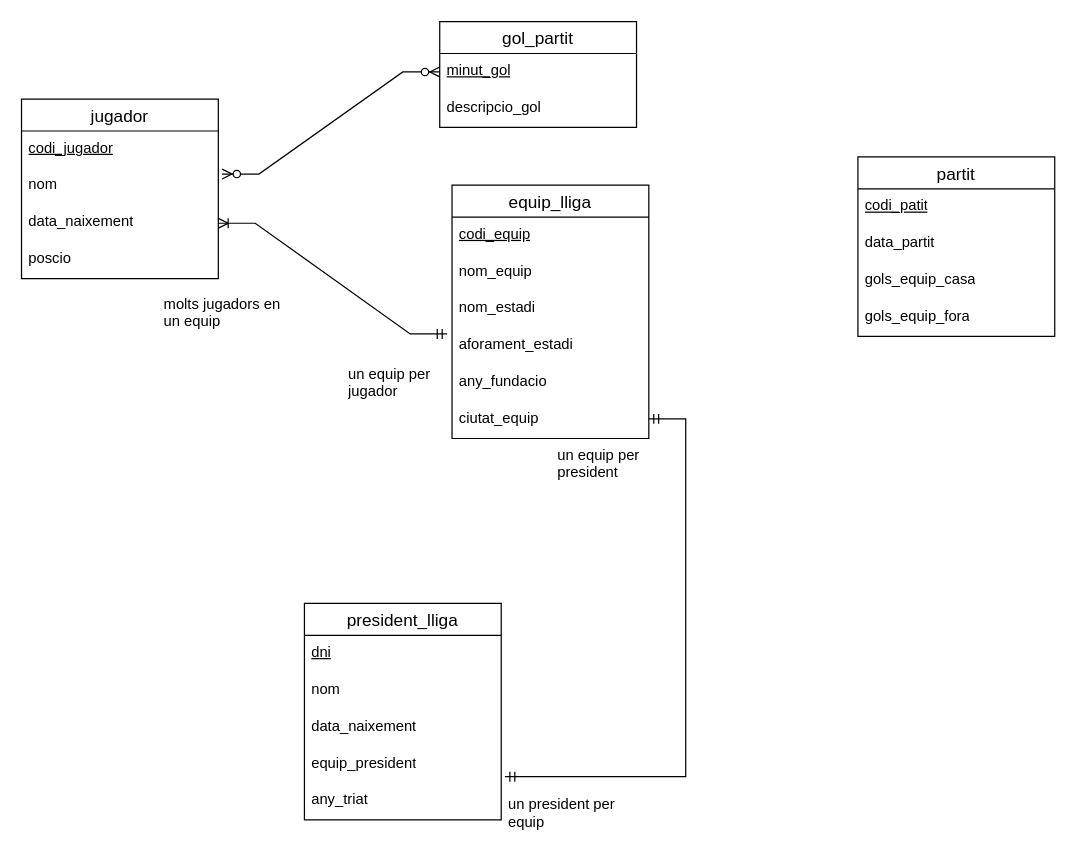
victor06-git/Progam_with_Victor keeps this draw.io diagram as practicas.drawio. Above is the earlier version. Source tidied: cells renumbered, new cells numbered last; positions are measured from the earlier drawing's top-left corner, leaving out a move shared by most shapes. Both pictures are drawn from the tidied source at 123%, with x=0, y=0 at pixel (21, 21).
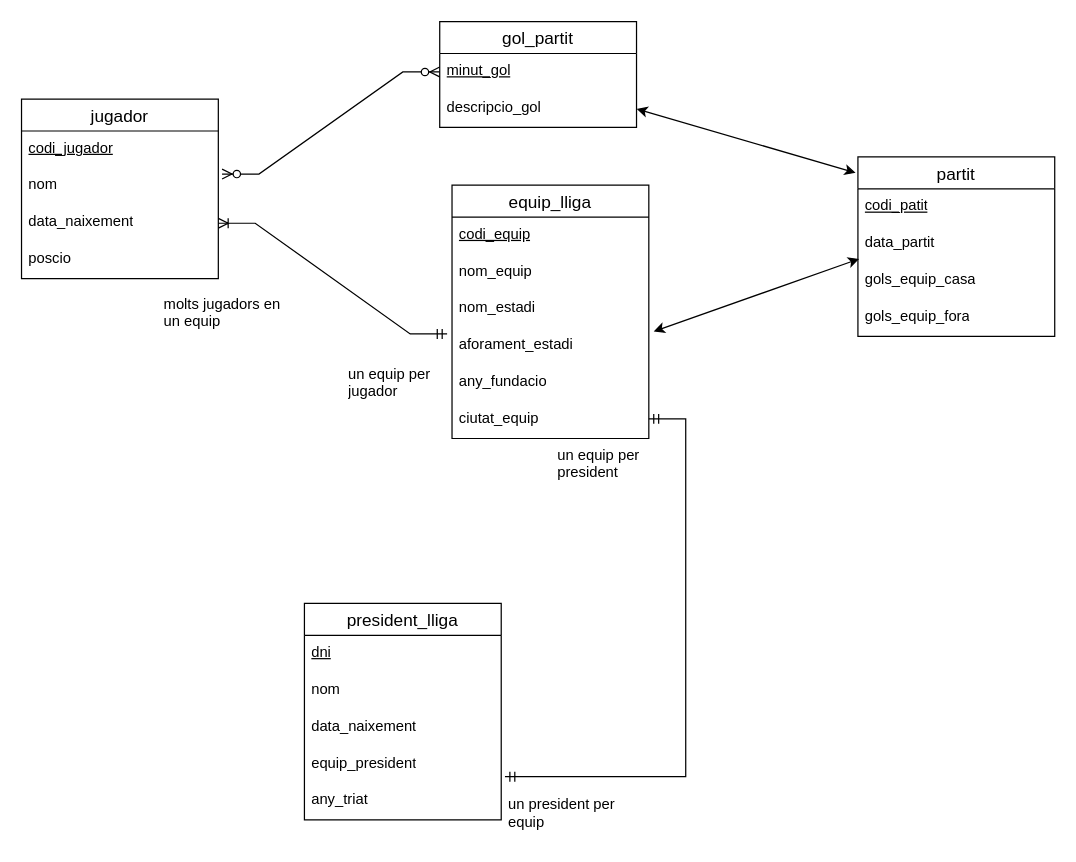
The same page after the edit.

Unchanged cells that the change refers to:
```xml
<mxCell id="11" value="aforament_estadi" style="text;strokeColor=none;fillColor=none;spacingLeft=4;spacingRight=4;overflow=hidden;points=[[0,0.5],[1,0.5]];portConstraint=eastwest;fontSize=12;whiteSpace=wrap;html=1;" parent="7" vertex="1">
  <mxGeometry y="116" width="160" height="30" as="geometry" />
</mxCell>
<mxCell id="14" value="partit" style="swimlane;fontStyle=0;horizontal=1;startSize=26;align=center;fontSize=14;" parent="1" vertex="1">
  <mxGeometry x="680" y="110" width="160" height="146" as="geometry" />
</mxCell>
<mxCell id="16" value="data_partit" style="text;strokeColor=none;fillColor=none;spacingLeft=4;spacingRight=4;overflow=hidden;points=[[0,0.5],[1,0.5]];portConstraint=eastwest;fontSize=12;whiteSpace=wrap;html=1;" parent="14" vertex="1">
  <mxGeometry y="56" width="160" height="30" as="geometry" />
</mxCell>
<mxCell id="21" value="descripcio_gol" style="text;strokeColor=none;fillColor=none;spacingLeft=4;spacingRight=4;overflow=hidden;points=[[0,0.5],[1,0.5]];portConstraint=eastwest;fontSize=12;whiteSpace=wrap;html=1;" parent="19" vertex="1">
  <mxGeometry y="56" width="160" height="30" as="geometry" />
</mxCell>
```

Diff of the diagram source:
```diff
@@
+    <mxCell id="35" style="endArrow=classic;startArrow=classic;html=1;rounded=0;exitX=1.025;exitY=0.1;exitDx=0;exitDy=0;exitPerimeter=0;entryX=0.006;entryY=0.9;entryDx=0;entryDy=0;entryPerimeter=0;" parent="1" edge="1" source="11" target="16">
+      <mxGeometry relative="1" as="geometry" />
+    </mxCell>
+    <mxCell id="36" style="endArrow=classic;startArrow=classic;html=1;rounded=0;exitX=1;exitY=0.5;exitDx=0;exitDy=0;entryX=-0.012;entryY=0.089;entryDx=0;entryDy=0;entryPerimeter=0;" parent="1" edge="1" source="21" target="14">
+      <mxGeometry relative="1" as="geometry" />
+    </mxCell>
```
